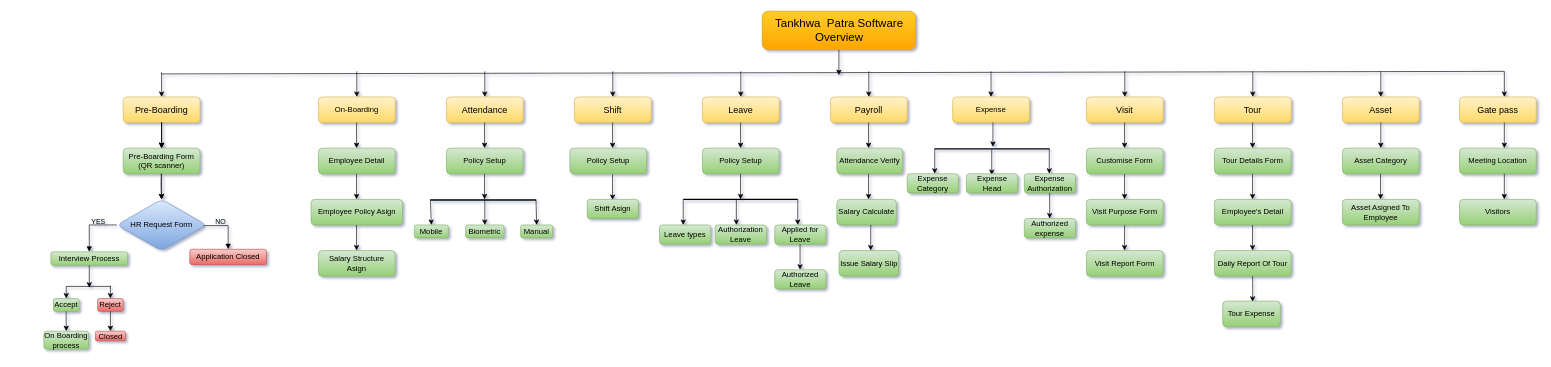
Before: Untitled Diagram.drawio in pra17shant/Installation, a draw.io diagram. Source tidied: cells renumbered, new cells numbered last; positions are measured from the earlier drawing's top-left corner, leaving out a move shared by most shapes. Both pictures are drawn from the tidied source at 64%, with x=0, y=0 at pixel (44, 11).
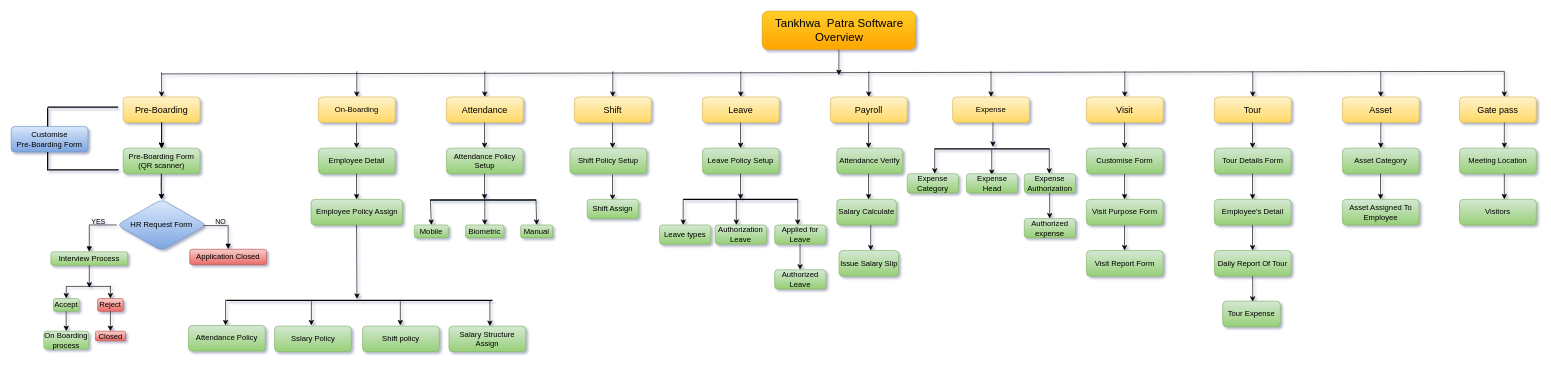
Above is the later version.

Change to the diagram source:
```diff
@@
-    <mxCell id="37" value="Employee Policy Asign" style="rounded=1;whiteSpace=wrap;html=1;labelBackgroundColor=none;fillColor=#d5e8d4;gradientColor=#97d077;strokeColor=#82b366;" parent="1" vertex="1">
+    <mxCell id="37" value="Employee Policy Assign" style="rounded=1;whiteSpace=wrap;html=1;labelBackgroundColor=none;fillColor=#d5e8d4;gradientColor=#97d077;strokeColor=#82b366;" parent="1" vertex="1">
       <mxGeometry x="417.5" y="294" width="143" height="40" as="geometry" />
     </mxCell>
-    <mxCell id="38" value="Salary Structure Asign" style="rounded=1;whiteSpace=wrap;html=1;labelBackgroundColor=none;fillColor=#d5e8d4;gradientColor=#97d077;strokeColor=#82b366;" parent="1" vertex="1">
-      <mxGeometry x="429" y="374" width="120" height="40" as="geometry" />
+    <mxCell id="38" value="Salary Structure Assign" style="rounded=1;whiteSpace=wrap;html=1;labelBackgroundColor=none;fillColor=#d5e8d4;gradientColor=#97d077;strokeColor=#82b366;" parent="1" vertex="1">
+      <mxGeometry x="633" y="492" width="120" height="40" as="geometry" />
     </mxCell>
-    <mxCell id="39" style="endArrow=classic;html=1;rounded=1;labelBackgroundColor=none;fontColor=default;" parent="1" edge="1">
+    <mxCell id="39" style="endArrow=classic;html=1;rounded=1;labelBackgroundColor=none;fontColor=default;entryX=0.491;entryY=0.257;entryDx=0;entryDy=0;entryPerimeter=0;" parent="1" edge="1" target="126">
       <mxGeometry relative="1" as="geometry">
         <mxPoint x="488.6" y="334" as="sourcePoint" />
-        <mxPoint x="488.6" y="374" as="targetPoint" />
       </mxGeometry>
     </mxCell>
@@
-    <mxCell id="41" value="Policy Setup" style="rounded=1;whiteSpace=wrap;html=1;labelBackgroundColor=none;fillColor=#d5e8d4;gradientColor=#97d077;strokeColor=#82b366;" parent="1" vertex="1">
+    <mxCell id="41" value="Attendance Policy Setup" style="rounded=1;whiteSpace=wrap;html=1;labelBackgroundColor=none;fillColor=#d5e8d4;gradientColor=#97d077;strokeColor=#82b366;" parent="1" vertex="1">
       <mxGeometry x="629" y="214" width="120" height="40" as="geometry" />
     </mxCell>
@@
-    <mxCell id="51" value="Policy Setup" style="rounded=1;whiteSpace=wrap;html=1;labelBackgroundColor=none;fillColor=#d5e8d4;gradientColor=#97d077;strokeColor=#82b366;" parent="1" vertex="1">
+    <mxCell id="51" value="Shift Policy Setup" style="rounded=1;whiteSpace=wrap;html=1;labelBackgroundColor=none;fillColor=#d5e8d4;gradientColor=#97d077;strokeColor=#82b366;" parent="1" vertex="1">
       <mxGeometry x="822" y="214" width="120" height="40" as="geometry" />
     </mxCell>
@@
-    <mxCell id="53" value="Shift Asign" style="rounded=1;whiteSpace=wrap;html=1;labelBackgroundColor=none;fillColor=#d5e8d4;gradientColor=#97d077;strokeColor=#82b366;" parent="1" vertex="1">
+    <mxCell id="53" value="Shift Assign" style="rounded=1;whiteSpace=wrap;html=1;labelBackgroundColor=none;fillColor=#d5e8d4;gradientColor=#97d077;strokeColor=#82b366;" parent="1" vertex="1">
       <mxGeometry x="849" y="294" width="80" height="30" as="geometry" />
     </mxCell>
@@
-    <mxCell id="55" value="Policy Setup" style="rounded=1;whiteSpace=wrap;html=1;labelBackgroundColor=none;fillColor=#d5e8d4;gradientColor=#97d077;strokeColor=#82b366;" parent="1" vertex="1">
+    <mxCell id="55" value="Leave Policy Setup" style="rounded=1;whiteSpace=wrap;html=1;labelBackgroundColor=none;fillColor=#d5e8d4;gradientColor=#97d077;strokeColor=#82b366;" parent="1" vertex="1">
       <mxGeometry x="1029" y="214" width="120" height="40" as="geometry" />
     </mxCell>
@@
-    <mxCell id="80" value="Asset Asigned To Employee" style="rounded=1;whiteSpace=wrap;html=1;labelBackgroundColor=none;fillColor=#d5e8d4;gradientColor=#97d077;strokeColor=#82b366;" parent="1" vertex="1">
+    <mxCell id="80" value="Asset Assigned To Employee" style="rounded=1;whiteSpace=wrap;html=1;labelBackgroundColor=none;fillColor=#d5e8d4;gradientColor=#97d077;strokeColor=#82b366;" parent="1" vertex="1">
       <mxGeometry x="2029" y="294" width="120" height="40" as="geometry" />
     </mxCell>
@@
+    <mxCell id="120" value="Customise &lt;br&gt;Pre-Boarding Form" style="rounded=1;whiteSpace=wrap;html=1;labelBackgroundColor=none;fillColor=#dae8fc;gradientColor=#7ea6e0;strokeColor=#6c8ebf;" parent="1" vertex="1">
+      <mxGeometry x="-51" y="180" width="120" height="40" as="geometry" />
+    </mxCell>
+    <mxCell id="121" style="line;strokeWidth=2;direction=south;html=1;" parent="1" vertex="1">
+      <mxGeometry x="1" y="220" width="10" height="29" as="geometry" />
+    </mxCell>
+    <mxCell id="122" style="line;strokeWidth=2;html=1;" parent="1" vertex="1">
+      <mxGeometry x="7" y="243" width="110" height="10" as="geometry" />
+    </mxCell>
+    <mxCell id="123" style="line;strokeWidth=2;direction=south;html=1;" parent="1" vertex="1">
+      <mxGeometry x="1" y="151" width="10" height="29" as="geometry" />
+    </mxCell>
+    <mxCell id="124" style="line;strokeWidth=2;html=1;" parent="1" vertex="1">
+      <mxGeometry x="6" y="145" width="110" height="10" as="geometry" />
+    </mxCell>
+    <mxCell id="125" value="Attendance Policy" style="rounded=1;whiteSpace=wrap;html=1;labelBackgroundColor=none;fillColor=#d5e8d4;strokeColor=#82b366;gradientColor=#97d077;" parent="1" vertex="1">
+      <mxGeometry x="226" y="491" width="120" height="40" as="geometry" />
+    </mxCell>
+    <mxCell id="126" style="line;strokeWidth=2;html=1;" parent="1" vertex="1">
+      <mxGeometry x="285" y="447" width="416" height="10" as="geometry" />
+    </mxCell>
+    <mxCell id="127" style="endArrow=classic;html=1;rounded=1;entryX=0.5;entryY=0;entryDx=0;entryDy=0;labelBackgroundColor=none;fontColor=default;" parent="1" edge="1">
+      <mxGeometry relative="1" as="geometry">
+        <mxPoint x="284" y="451" as="sourcePoint" />
+        <mxPoint x="284" y="491" as="targetPoint" />
+      </mxGeometry>
+    </mxCell>
+    <mxCell id="128" style="endArrow=classic;html=1;rounded=1;entryX=0.5;entryY=0;entryDx=0;entryDy=0;labelBackgroundColor=none;fontColor=default;" parent="1" edge="1">
+      <mxGeometry relative="1" as="geometry">
+        <mxPoint x="557" y="451" as="sourcePoint" />
+        <mxPoint x="557" y="491" as="targetPoint" />
+      </mxGeometry>
+    </mxCell>
+    <mxCell id="129" style="endArrow=classic;html=1;rounded=1;entryX=0.5;entryY=0;entryDx=0;entryDy=0;labelBackgroundColor=none;fontColor=default;" parent="1" edge="1">
+      <mxGeometry relative="1" as="geometry">
+        <mxPoint x="418" y="451" as="sourcePoint" />
+        <mxPoint x="418" y="491" as="targetPoint" />
+      </mxGeometry>
+    </mxCell>
+    <mxCell id="130" value="Shift policy" style="rounded=1;whiteSpace=wrap;html=1;labelBackgroundColor=none;fillColor=#d5e8d4;strokeColor=#82b366;gradientColor=#97d077;" parent="1" vertex="1">
+      <mxGeometry x="498" y="492" width="120" height="40" as="geometry" />
+    </mxCell>
+    <mxCell id="131" value="Sslary Policy" style="rounded=1;whiteSpace=wrap;html=1;labelBackgroundColor=none;fillColor=#d5e8d4;strokeColor=#82b366;gradientColor=#97d077;" parent="1" vertex="1">
+      <mxGeometry x="360.5" y="492" width="120" height="40" as="geometry" />
+    </mxCell>
+    <mxCell id="132" style="endArrow=classic;html=1;rounded=1;entryX=0.5;entryY=0;entryDx=0;entryDy=0;labelBackgroundColor=none;fontColor=default;" parent="1" edge="1">
+      <mxGeometry relative="1" as="geometry">
+        <mxPoint x="697" y="452" as="sourcePoint" />
+        <mxPoint x="697" y="492" as="targetPoint" />
+      </mxGeometry>
+    </mxCell>
```
